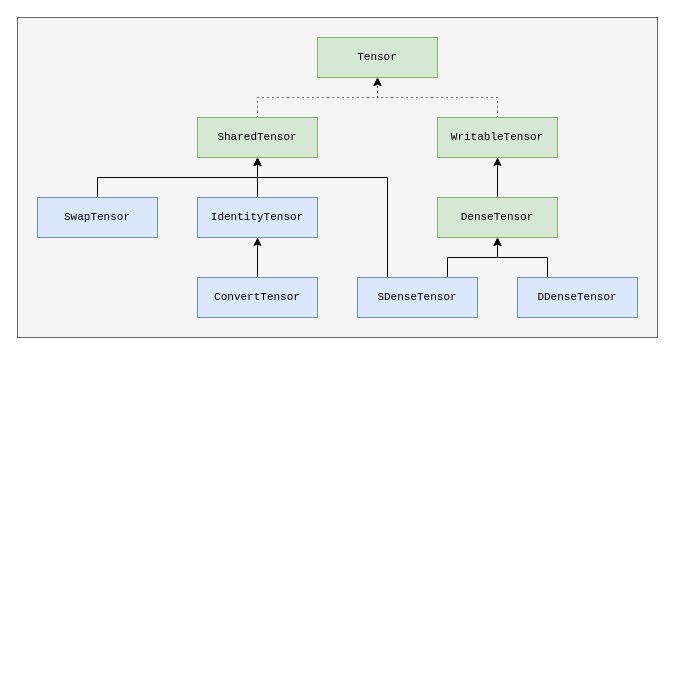
Before: page "hierarchy" (4 of 4) of misc/qtnh.drawio in jjacobx/qtnh, a draw.io diagram. Source tidied: cells renumbered, new cells numbered last; positions are measured from the earlier drawing's top-left corner, leaving out a move shared by most shapes. Both pictures are drawn from the tidied source at 100%, with x=0, y=0 at pixel (17, 17).
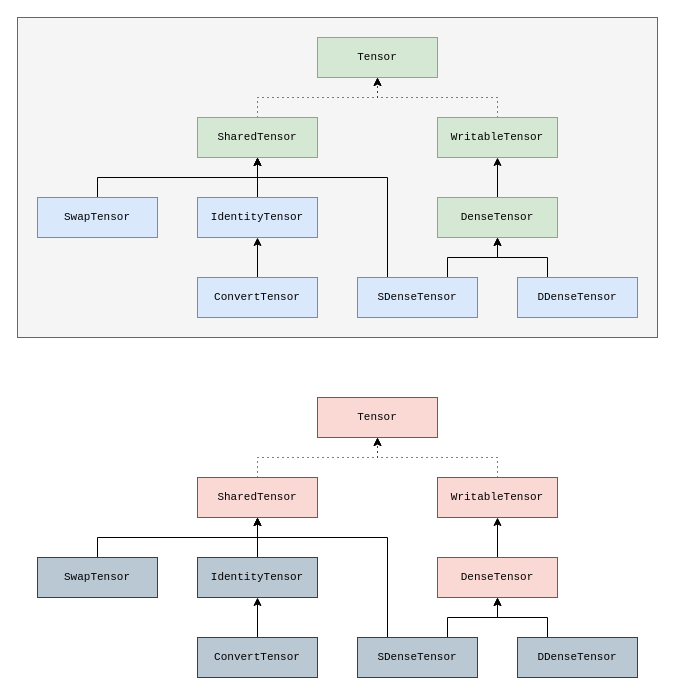
The same diagram, later.

Diff of the diagram source:
```diff
@@
+    <mxCell id="21" value="Tensor" style="html=1;whiteSpace=wrap;fontSize=11;fontFamily=Courier New;fillColor=#fad9d5;strokeColor=#ae4132;" parent="1" vertex="1">
+      <mxGeometry x="300" y="380" width="120" height="40" as="geometry" />
+    </mxCell>
+    <mxCell id="22" style="edgeStyle=orthogonalEdgeStyle;rounded=0;jettySize=auto;html=1;exitX=0.5;exitY=0;exitDx=0;exitDy=0;entryX=0.5;entryY=1;entryDx=0;entryDy=0;dashed=1;dashPattern=1 4;" parent="1" edge="1" source="23" target="21">
+      <mxGeometry relative="1" as="geometry" />
+    </mxCell>
+    <mxCell id="23" value="SharedTensor" style="html=1;whiteSpace=wrap;fontSize=11;fontFamily=Courier New;fillColor=#fad9d5;strokeColor=#ae4132;" parent="1" vertex="1">
+      <mxGeometry x="180" y="460" width="120" height="40" as="geometry" />
+    </mxCell>
+    <mxCell id="24" style="edgeStyle=orthogonalEdgeStyle;rounded=0;jettySize=auto;html=1;exitX=0.5;exitY=0;exitDx=0;exitDy=0;entryX=0.5;entryY=1;entryDx=0;entryDy=0;dashed=1;dashPattern=1 4;" parent="1" edge="1" source="25" target="21">
+      <mxGeometry relative="1" as="geometry" />
+    </mxCell>
+    <mxCell id="25" value="WritableTensor" style="html=1;whiteSpace=wrap;fontSize=11;fontFamily=Courier New;fillColor=#fad9d5;strokeColor=#ae4132;" parent="1" vertex="1">
+      <mxGeometry x="420" y="460" width="120" height="40" as="geometry" />
+    </mxCell>
+    <mxCell id="26" style="edgeStyle=orthogonalEdgeStyle;rounded=0;jettySize=auto;html=1;exitX=0.5;exitY=0;exitDx=0;exitDy=0;entryX=0.5;entryY=1;entryDx=0;entryDy=0;" parent="1" edge="1" source="27" target="25">
+      <mxGeometry relative="1" as="geometry" />
+    </mxCell>
+    <mxCell id="27" value="DenseTensor" style="html=1;whiteSpace=wrap;fontSize=11;fontFamily=Courier New;fillColor=#fad9d5;strokeColor=#ae4132;" parent="1" vertex="1">
+      <mxGeometry x="420" y="540" width="120" height="40" as="geometry" />
+    </mxCell>
+    <mxCell id="28" style="edgeStyle=orthogonalEdgeStyle;rounded=0;jettySize=auto;html=1;exitX=0.25;exitY=0;exitDx=0;exitDy=0;entryX=0.5;entryY=1;entryDx=0;entryDy=0;" parent="1" edge="1" source="29" target="27">
+      <mxGeometry relative="1" as="geometry" />
+    </mxCell>
+    <mxCell id="29" value="DDenseTensor" style="html=1;whiteSpace=wrap;fontSize=11;fontFamily=Courier New;fillColor=#bac8d3;strokeColor=#23445d;" parent="1" vertex="1">
+      <mxGeometry x="500" y="620" width="120" height="40" as="geometry" />
+    </mxCell>
+    <mxCell id="30" style="edgeStyle=orthogonalEdgeStyle;rounded=0;jettySize=auto;html=1;exitX=0.25;exitY=0;exitDx=0;exitDy=0;entryX=0.5;entryY=1;entryDx=0;entryDy=0;" parent="1" edge="1" source="32" target="23">
+      <mxGeometry relative="1" as="geometry">
+        <Array as="points">
+          <mxPoint x="370" y="520" />
+          <mxPoint x="240" y="520" />
+        </Array>
+      </mxGeometry>
+    </mxCell>
+    <mxCell id="31" style="edgeStyle=orthogonalEdgeStyle;rounded=0;jettySize=auto;html=1;exitX=0.75;exitY=0;exitDx=0;exitDy=0;entryX=0.5;entryY=1;entryDx=0;entryDy=0;" parent="1" edge="1" source="32" target="27">
+      <mxGeometry relative="1" as="geometry" />
+    </mxCell>
+    <mxCell id="32" value="SDenseTensor" style="html=1;whiteSpace=wrap;fontSize=11;fontFamily=Courier New;fillColor=#bac8d3;strokeColor=#23445d;" parent="1" vertex="1">
+      <mxGeometry x="340" y="620" width="120" height="40" as="geometry" />
+    </mxCell>
+    <mxCell id="33" style="edgeStyle=orthogonalEdgeStyle;rounded=0;jettySize=auto;html=1;exitX=0.5;exitY=0;exitDx=0;exitDy=0;entryX=0.5;entryY=1;entryDx=0;entryDy=0;" parent="1" edge="1" source="34" target="23">
+      <mxGeometry relative="1" as="geometry">
+        <Array as="points">
+          <mxPoint x="80" y="520" />
+          <mxPoint x="240" y="520" />
+        </Array>
+      </mxGeometry>
+    </mxCell>
+    <mxCell id="34" value="SwapTensor" style="html=1;whiteSpace=wrap;fontSize=11;fontFamily=Courier New;fillColor=#bac8d3;strokeColor=#23445d;" parent="1" vertex="1">
+      <mxGeometry x="20" y="540" width="120" height="40" as="geometry" />
+    </mxCell>
+    <mxCell id="35" style="edgeStyle=orthogonalEdgeStyle;rounded=0;jettySize=auto;html=1;exitX=0.5;exitY=0;exitDx=0;exitDy=0;entryX=0.5;entryY=1;entryDx=0;entryDy=0;" parent="1" edge="1" source="36" target="23">
+      <mxGeometry relative="1" as="geometry" />
+    </mxCell>
+    <mxCell id="36" value="IdentityTensor" style="html=1;whiteSpace=wrap;fontSize=11;fontFamily=Courier New;fillColor=#bac8d3;strokeColor=#23445d;" parent="1" vertex="1">
+      <mxGeometry x="180" y="540" width="120" height="40" as="geometry" />
+    </mxCell>
+    <mxCell id="37" style="edgeStyle=orthogonalEdgeStyle;rounded=0;jettySize=auto;html=1;exitX=0.5;exitY=0;exitDx=0;exitDy=0;entryX=0.5;entryY=1;entryDx=0;entryDy=0;" parent="1" edge="1" source="38" target="36">
+      <mxGeometry relative="1" as="geometry" />
+    </mxCell>
+    <mxCell id="38" value="ConvertTensor" style="html=1;whiteSpace=wrap;fontSize=11;fontFamily=Courier New;fillColor=#bac8d3;strokeColor=#23445d;" parent="1" vertex="1">
+      <mxGeometry x="180" y="620" width="120" height="40" as="geometry" />
+    </mxCell>
```
